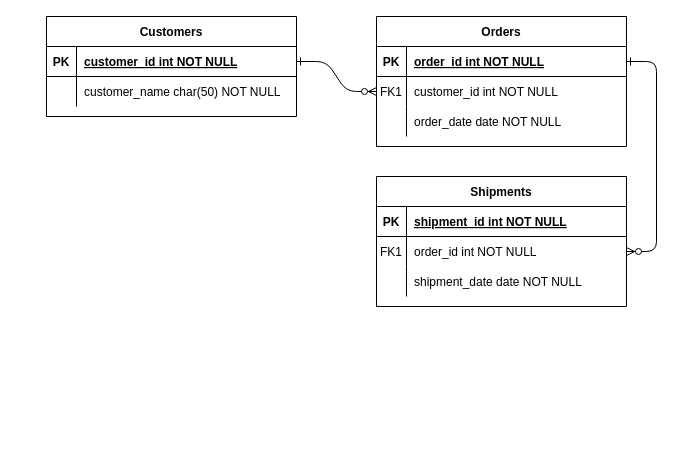
Above: 제목 없는 다이어그램.drawio in mukisang/promiser (draw.io), before the change. Source tidied: cells renumbered, new cells numbered last; positions are measured from the earlier drawing's top-left corner, leaving out a move shared by most shapes. Both pictures are drawn from the tidied source at 100%, with x=0, y=0 at pixel (46, 16).
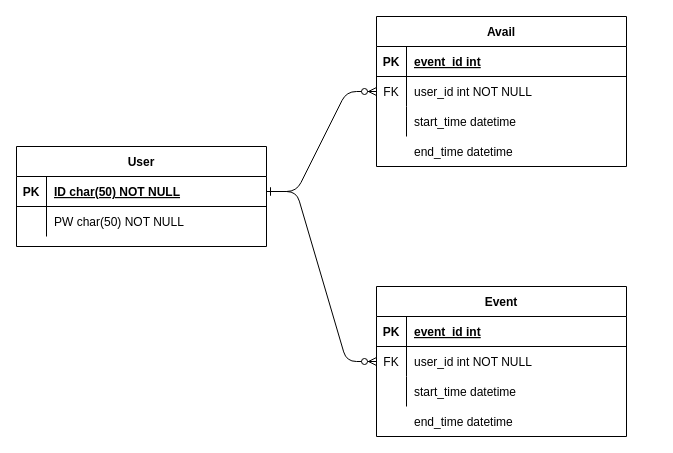
The same page after the edit.

Commit message:
Initial Promiser ER_DIAGRAM

Unchanged cells that the change refers to:
```xml
<mxCell id="5" style="shape=partialRectangle;fillColor=none;points=[[0,0.5],[1,0.5]];portConstraint=eastwest;top=0;left=0;right=0;bottom=1;" parent="4" vertex="1">
  <mxGeometry y="30" width="250" height="30" as="geometry" />
</mxCell>
<mxCell id="8" style="shape=partialRectangle;fillColor=none;points=[[0,0.5],[1,0.5]];portConstraint=eastwest;top=0;left=0;right=0;bottom=0;" parent="4" vertex="1">
  <mxGeometry y="60" width="250" height="30" as="geometry" />
</mxCell>
<mxCell id="11" style="shape=partialRectangle;fillColor=none;top=0;left=0;right=0;bottom=0;" parent="4" vertex="1">
  <mxGeometry y="90" width="250" height="30" as="geometry" />
</mxCell>
<mxCell id="15" style="shape=partialRectangle;fillColor=none;top=0;left=0;right=0;bottom=1;" parent="14" vertex="1">
  <mxGeometry y="30" width="250" height="30" as="geometry" />
</mxCell>
<mxCell id="18" style="shape=partialRectangle;fillColor=none;points=[[0,0.5],[1,0.5]];portConstraint=eastwest;top=0;left=0;right=0;bottom=0;" parent="14" vertex="1">
  <mxGeometry y="60" width="250" height="30" as="geometry" />
</mxCell>
<mxCell id="21" style="shape=partialRectangle;fillColor=none;top=0;left=0;right=0;bottom=0;" parent="14" vertex="1">
  <mxGeometry y="90" width="250" height="30" as="geometry" />
</mxCell>
<mxCell id="25" style="shape=partialRectangle;fillColor=none;points=[[0,0.5],[1,0.5]];portConstraint=eastwest;top=0;left=0;right=0;bottom=1;" parent="24" vertex="1">
  <mxGeometry y="30" width="250" height="30" as="geometry" />
</mxCell>
<mxCell id="28" style="shape=partialRectangle;fillColor=none;top=0;left=0;right=0;bottom=0;" parent="24" vertex="1">
  <mxGeometry y="60" width="250" height="30" as="geometry" />
</mxCell>
```

Diff of the diagram source:
```diff
@@
-    <mxCell id="3" style="edgeStyle=entityRelationEdgeStyle;endArrow=ERzeroToMany;startArrow=ERone;endFill=1;startFill=0;" parent="1" edge="1" source="5" target="18">
-      <mxGeometry relative="1" as="geometry" />
-    </mxCell>
-    <mxCell id="4" value="Orders" style="shape=table;startSize=30;childLayout=tableLayout;rowLines=0;fontStyle=1;align=center;" parent="1" vertex="1">
-      <mxGeometry x="330" width="250" height="130" as="geometry" />
+    <mxCell id="4" value="Avail" style="shape=table;startSize=30;childLayout=tableLayout;rowLines=0;fontStyle=1;align=center;" parent="1" vertex="1">
+      <mxGeometry x="330" width="250" height="150" as="geometry" />
     </mxCell>
@@
-    <mxCell id="7" value="order_id int NOT NULL " style="shape=partialRectangle;overflow=hidden;fillColor=none;top=0;left=0;bottom=0;right=0;align=left;spacingLeft=6;fontStyle=5;" parent="5" vertex="1">
+    <mxCell id="7" value="event_id int" style="shape=partialRectangle;overflow=hidden;fillColor=none;top=0;left=0;bottom=0;right=0;align=left;spacingLeft=6;fontStyle=5;" parent="5" vertex="1">
       <mxGeometry x="30" width="220" height="30" as="geometry" />
     </mxCell>
@@
-    <mxCell id="9" value="FK1" style="shape=partialRectangle;overflow=hidden;fillColor=none;top=0;left=0;bottom=0;right=0;" parent="8" vertex="1">
+    <mxCell id="9" value="FK" style="shape=partialRectangle;overflow=hidden;fillColor=none;top=0;left=0;bottom=0;right=0;" parent="8" vertex="1">
       <mxGeometry width="30" height="30" as="geometry" />
     </mxCell>
-    <mxCell id="10" value="customer_id int NOT NULL" style="shape=partialRectangle;overflow=hidden;fillColor=none;top=0;left=0;bottom=0;right=0;align=left;spacingLeft=6;" parent="8" vertex="1">
+    <mxCell id="10" value="user_id int NOT NULL" style="shape=partialRectangle;overflow=hidden;fillColor=none;top=0;left=0;bottom=0;right=0;align=left;spacingLeft=6;" parent="8" vertex="1">
       <mxGeometry x="30" width="220" height="30" as="geometry" />
     </mxCell>
@@
-    <mxCell id="13" value="order_date date NOT NULL" style="shape=partialRectangle;overflow=hidden;fillColor=none;top=0;left=0;bottom=0;right=0;align=left;spacingLeft=6;" parent="11" vertex="1">
+    <mxCell id="13" value="start_time datetime" style="shape=partialRectangle;overflow=hidden;fillColor=none;top=0;left=0;bottom=0;right=0;align=left;spacingLeft=6;" parent="11" vertex="1">
       <mxGeometry x="30" width="220" height="30" as="geometry" />
     </mxCell>
-    <mxCell id="14" value="Shipments" style="shape=table;startSize=30;childLayout=tableLayout;rowLines=0;fontStyle=1;align=center;" parent="1" vertex="1">
-      <mxGeometry x="330" y="160" width="250" height="130" as="geometry" />
+    <mxCell id="14" value="Event" style="shape=table;startSize=30;childLayout=tableLayout;rowLines=0;fontStyle=1;align=center;" parent="1" vertex="1">
+      <mxGeometry x="330" y="270" width="250" height="150" as="geometry" />
     </mxCell>
@@
-    <mxCell id="17" value="shipment_id int NOT NULL " style="shape=partialRectangle;overflow=hidden;fillColor=none;top=0;left=0;bottom=0;right=0;align=left;spacingLeft=6;fontStyle=5;" parent="15" vertex="1">
+    <mxCell id="17" value="event_id int" style="shape=partialRectangle;overflow=hidden;fillColor=none;top=0;left=0;bottom=0;right=0;align=left;spacingLeft=6;fontStyle=5;" parent="15" vertex="1">
       <mxGeometry x="30" width="220" height="30" as="geometry" />
     </mxCell>
@@
-    <mxCell id="19" value="FK1" style="shape=partialRectangle;overflow=hidden;fillColor=none;top=0;left=0;bottom=0;right=0;" parent="18" vertex="1">
+    <mxCell id="19" value="FK" style="shape=partialRectangle;overflow=hidden;fillColor=none;top=0;left=0;bottom=0;right=0;" parent="18" vertex="1">
       <mxGeometry width="30" height="30" as="geometry" />
     </mxCell>
-    <mxCell id="20" value="order_id int NOT NULL" style="shape=partialRectangle;overflow=hidden;fillColor=none;top=0;left=0;bottom=0;right=0;align=left;spacingLeft=6;" parent="18" vertex="1">
+    <mxCell id="20" style="shape=partialRectangle;overflow=hidden;fillColor=none;top=0;left=0;bottom=0;right=0;align=left;spacingLeft=6;" parent="18" vertex="1">
       <mxGeometry x="30" width="220" height="30" as="geometry" />
     </mxCell>
@@
-    <mxCell id="23" value="shipment_date date NOT NULL" style="shape=partialRectangle;overflow=hidden;fillColor=none;top=0;left=0;bottom=0;right=0;align=left;spacingLeft=6;" parent="21" vertex="1">
+    <mxCell id="23" style="shape=partialRectangle;overflow=hidden;fillColor=none;top=0;left=0;bottom=0;right=0;align=left;spacingLeft=6;" parent="21" vertex="1">
       <mxGeometry x="30" width="220" height="30" as="geometry" />
     </mxCell>
-    <mxCell id="24" value="Customers" style="shape=table;startSize=30;childLayout=tableLayout;rowLines=0;fontStyle=1;align=center;" parent="1" vertex="1">
-      <mxGeometry width="250" height="100" as="geometry" />
+    <mxCell id="24" value="User" style="shape=table;startSize=30;childLayout=tableLayout;rowLines=0;fontStyle=1;align=center;" parent="1" vertex="1">
+      <mxGeometry x="-30" y="130" width="250" height="100" as="geometry" />
     </mxCell>
@@
-    <mxCell id="27" value="customer_id int NOT NULL " style="shape=partialRectangle;overflow=hidden;fillColor=none;top=0;left=0;bottom=0;right=0;align=left;spacingLeft=6;fontStyle=5;" parent="25" vertex="1">
+    <mxCell id="27" value="ID char(50) NOT NULL" style="shape=partialRectangle;overflow=hidden;fillColor=none;top=0;left=0;bottom=0;right=0;align=left;spacingLeft=6;fontStyle=5;" parent="25" vertex="1">
       <mxGeometry x="30" width="220" height="30" as="geometry" />
     </mxCell>
@@
-    <mxCell id="30" value="customer_name char(50) NOT NULL" style="shape=partialRectangle;overflow=hidden;fillColor=none;top=0;left=0;bottom=0;right=0;align=left;spacingLeft=6;" parent="28" vertex="1">
+    <mxCell id="30" value="PW char(50) NOT NULL" style="shape=partialRectangle;overflow=hidden;fillColor=none;top=0;left=0;bottom=0;right=0;align=left;spacingLeft=6;" parent="28" vertex="1">
       <mxGeometry x="30" width="220" height="30" as="geometry" />
     </mxCell>
+    <mxCell id="31" value="end_time datetime" style="shape=partialRectangle;overflow=hidden;fillColor=none;top=0;left=0;bottom=0;right=0;align=left;spacingLeft=6;" parent="1" vertex="1">
+      <mxGeometry x="360" y="120" width="220" height="30" as="geometry" />
+    </mxCell>
+    <mxCell id="32" value="user_id int NOT NULL" style="shape=partialRectangle;overflow=hidden;fillColor=none;top=0;left=0;bottom=0;right=0;align=left;spacingLeft=6;" parent="1" vertex="1">
+      <mxGeometry x="360" y="330" width="220" height="30" as="geometry" />
+    </mxCell>
+    <mxCell id="33" value="start_time datetime" style="shape=partialRectangle;overflow=hidden;fillColor=none;top=0;left=0;bottom=0;right=0;align=left;spacingLeft=6;" parent="1" vertex="1">
+      <mxGeometry x="360" y="360" width="220" height="30" as="geometry" />
+    </mxCell>
+    <mxCell id="34" value="end_time datetime" style="shape=partialRectangle;overflow=hidden;fillColor=none;top=0;left=0;bottom=0;right=0;align=left;spacingLeft=6;" parent="1" vertex="1">
+      <mxGeometry x="360" y="390" width="220" height="30" as="geometry" />
+    </mxCell>
+    <mxCell id="35" style="edgeStyle=entityRelationEdgeStyle;endArrow=ERzeroToMany;startArrow=ERone;endFill=1;startFill=0;exitX=1;exitY=0.5;exitDx=0;exitDy=0;entryX=0;entryY=0.5;entryDx=0;entryDy=0;" parent="1" edge="1" source="25" target="18">
+      <mxGeometry relative="1" as="geometry" />
+    </mxCell>
```
